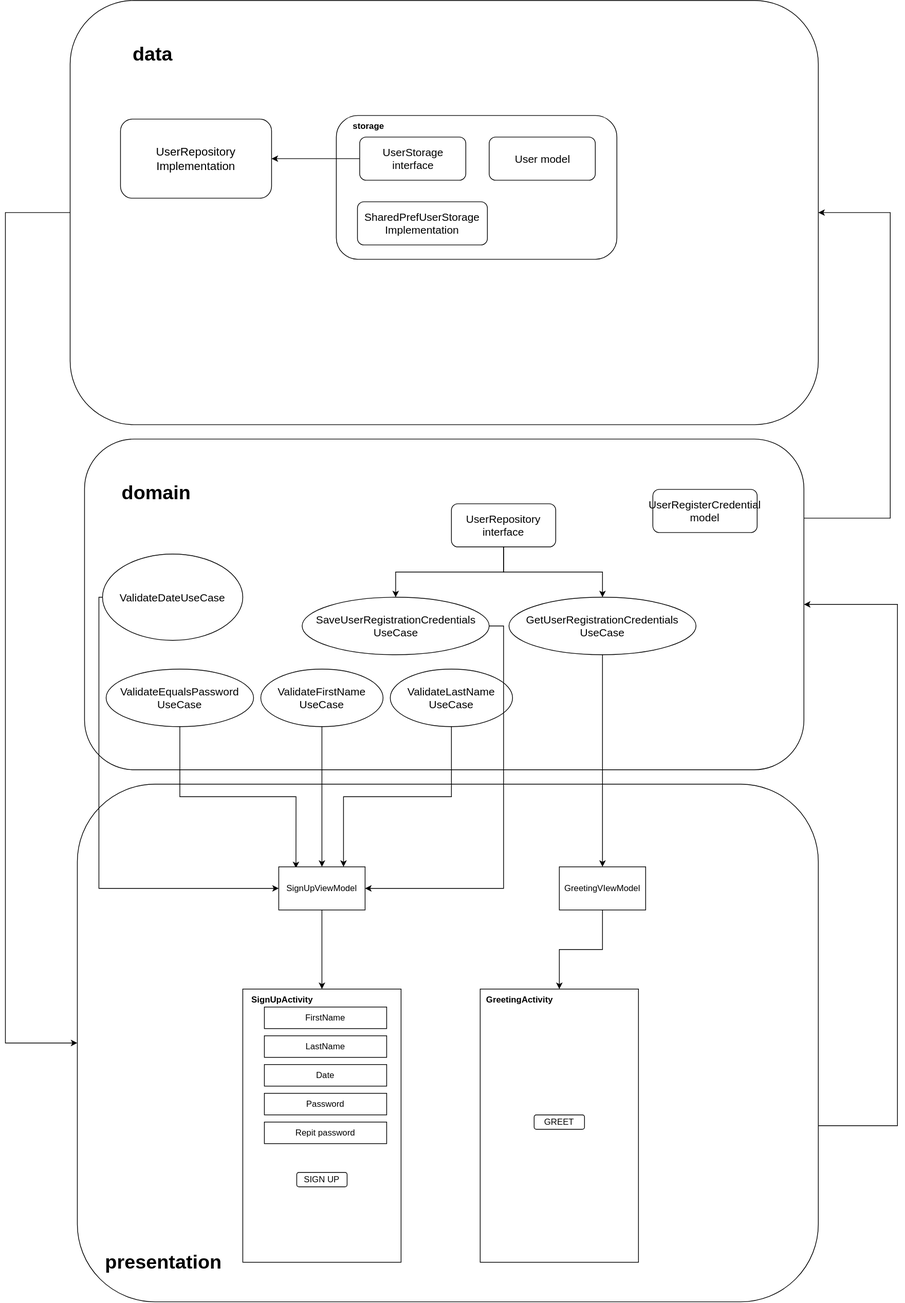
CandyRubik/SHIFT keeps this draw.io diagram as architecture.svg. Above is the earlier version. Source tidied: cells renumbered, new cells last; positions are measured from the earlier drawing's top-left corner, leaving out a move shared by most shapes. The source it was exported from:
```xml
<mxGraphModel>
  <root>
    <mxCell id="0" />
    <mxCell id="1" parent="0" />
    <mxCell id="2" style="edgeStyle=orthogonalEdgeStyle;rounded=0;jettySize=auto;html=1;entryX=1;entryY=0.5;entryDx=0;entryDy=0;exitX=1;exitY=0.5;exitDx=0;exitDy=0;" parent="1" edge="1" source="3" target="6">
      <mxGeometry relative="1" as="geometry">
        <Array as="points">
          <mxPoint x="1240" y="1565" />
          <mxPoint x="1240" y="840" />
        </Array>
      </mxGeometry>
    </mxCell>
    <mxCell id="3" style="rounded=1;whiteSpace=wrap;html=1;" parent="1" vertex="1">
      <mxGeometry x="100" y="1090" width="1030" height="720" as="geometry" />
    </mxCell>
    <mxCell id="4" value="&lt;b&gt;&lt;font style=&quot;font-size: 27px&quot;&gt;presentation&lt;/font&gt;&lt;/b&gt;" style="text;html=1;strokeColor=none;fillColor=none;align=center;verticalAlign=middle;whiteSpace=wrap;rounded=0;" parent="1" vertex="1">
      <mxGeometry x="180" y="1740" width="80" height="30" as="geometry" />
    </mxCell>
    <mxCell id="5" style="edgeStyle=orthogonalEdgeStyle;rounded=0;jettySize=auto;html=1;exitX=1;exitY=0.25;exitDx=0;exitDy=0;entryX=1;entryY=0.5;entryDx=0;entryDy=0;" parent="1" edge="1" source="6" target="9">
      <mxGeometry relative="1" as="geometry">
        <Array as="points">
          <mxPoint x="1110" y="720" />
          <mxPoint x="1230" y="720" />
          <mxPoint x="1230" y="295" />
        </Array>
      </mxGeometry>
    </mxCell>
    <mxCell id="6" style="rounded=1;whiteSpace=wrap;html=1;" parent="1" vertex="1">
      <mxGeometry x="110" y="610" width="1000" height="460" as="geometry" />
    </mxCell>
    <mxCell id="7" value="&lt;b&gt;&lt;font&gt;&lt;font style=&quot;font-size: 27px&quot;&gt;domain&lt;/font&gt;&lt;br&gt;&lt;/font&gt;&lt;/b&gt;" style="text;html=1;strokeColor=none;fillColor=none;align=center;verticalAlign=middle;whiteSpace=wrap;rounded=0;" parent="1" vertex="1">
      <mxGeometry x="170" y="670" width="80" height="30" as="geometry" />
    </mxCell>
    <mxCell id="8" style="edgeStyle=orthogonalEdgeStyle;rounded=0;jettySize=auto;html=1;exitX=0;exitY=0.5;exitDx=0;exitDy=0;entryX=0;entryY=0.5;entryDx=0;entryDy=0;" parent="1" edge="1" source="9" target="3">
      <mxGeometry relative="1" as="geometry">
        <Array as="points">
          <mxPoint y="295" />
          <mxPoint y="1450" />
        </Array>
      </mxGeometry>
    </mxCell>
    <mxCell id="9" style="rounded=1;whiteSpace=wrap;html=1;" parent="1" vertex="1">
      <mxGeometry x="90" width="1040" height="590" as="geometry" />
    </mxCell>
    <mxCell id="10" value="&lt;b&gt;&lt;font&gt;&lt;font style=&quot;font-size: 27px&quot;&gt;data&lt;/font&gt;&lt;br&gt;&lt;/font&gt;&lt;/b&gt;" style="text;html=1;strokeColor=none;fillColor=none;align=center;verticalAlign=middle;whiteSpace=wrap;rounded=0;" parent="1" vertex="1">
      <mxGeometry x="120" y="40" width="170" height="70" as="geometry" />
    </mxCell>
    <mxCell id="11" style="rounded=0;whiteSpace=wrap;html=1;" parent="1" vertex="1">
      <mxGeometry x="330" y="1375" width="220" height="380" as="geometry" />
    </mxCell>
    <mxCell id="12" style="rounded=0;whiteSpace=wrap;html=1;" parent="1" vertex="1">
      <mxGeometry x="660" y="1375" width="220" height="380" as="geometry" />
    </mxCell>
    <mxCell id="13" value="FirstName" style="rounded=0;whiteSpace=wrap;html=1;" parent="1" vertex="1">
      <mxGeometry x="360" y="1400" width="170" height="30" as="geometry" />
    </mxCell>
    <mxCell id="14" value="LastName" style="rounded=0;whiteSpace=wrap;html=1;" parent="1" vertex="1">
      <mxGeometry x="360" y="1440" width="170" height="30" as="geometry" />
    </mxCell>
    <mxCell id="15" value="Date" style="rounded=0;whiteSpace=wrap;html=1;" parent="1" vertex="1">
      <mxGeometry x="360" y="1480" width="170" height="30" as="geometry" />
    </mxCell>
    <mxCell id="16" value="Password" style="rounded=0;whiteSpace=wrap;html=1;" parent="1" vertex="1">
      <mxGeometry x="360" y="1520" width="170" height="30" as="geometry" />
    </mxCell>
    <mxCell id="17" value="Repit password" style="rounded=0;whiteSpace=wrap;html=1;" parent="1" vertex="1">
      <mxGeometry x="360" y="1560" width="170" height="30" as="geometry" />
    </mxCell>
    <mxCell id="18" value="&lt;b&gt;SignUpActivity&lt;/b&gt;" style="text;html=1;strokeColor=none;fillColor=none;align=center;verticalAlign=middle;whiteSpace=wrap;rounded=0;" parent="1" vertex="1">
      <mxGeometry x="360" y="1375" width="50" height="30" as="geometry" />
    </mxCell>
    <mxCell id="19" value="&lt;b&gt;GreetingActivity&lt;/b&gt;" style="text;html=1;strokeColor=none;fillColor=none;align=center;verticalAlign=middle;whiteSpace=wrap;rounded=0;" parent="1" vertex="1">
      <mxGeometry x="690" y="1375" width="50" height="30" as="geometry" />
    </mxCell>
    <mxCell id="20" value="SIGN UP" style="rounded=1;whiteSpace=wrap;html=1;" parent="1" vertex="1">
      <mxGeometry x="405" y="1630" width="70" height="20" as="geometry" />
    </mxCell>
    <mxCell id="21" value="GREET" style="rounded=1;whiteSpace=wrap;html=1;" parent="1" vertex="1">
      <mxGeometry x="735" y="1550" width="70" height="20" as="geometry" />
    </mxCell>
    <mxCell id="22" style="edgeStyle=orthogonalEdgeStyle;rounded=0;jettySize=auto;html=1;entryX=0.5;entryY=0;entryDx=0;entryDy=0;" parent="1" edge="1" source="23" target="46">
      <mxGeometry relative="1" as="geometry" />
    </mxCell>
    <mxCell id="23" value="&lt;font style=&quot;font-size: 15px&quot;&gt;ValidateFirstName&lt;br&gt;UseCase&lt;/font&gt;" style="ellipse;whiteSpace=wrap;html=1;" parent="1" vertex="1">
      <mxGeometry x="355" y="930" width="170" height="80" as="geometry" />
    </mxCell>
    <mxCell id="24" style="edgeStyle=orthogonalEdgeStyle;rounded=0;jettySize=auto;html=1;exitX=0.5;exitY=1;exitDx=0;exitDy=0;entryX=0.75;entryY=0;entryDx=0;entryDy=0;" parent="1" edge="1" source="25" target="46">
      <mxGeometry relative="1" as="geometry" />
    </mxCell>
    <mxCell id="25" value="&lt;font style=&quot;font-size: 15px&quot;&gt;ValidateLastName&lt;br&gt;UseCase&lt;/font&gt;" style="ellipse;whiteSpace=wrap;html=1;" parent="1" vertex="1">
      <mxGeometry x="535" y="930" width="170" height="80" as="geometry" />
    </mxCell>
    <mxCell id="26" style="edgeStyle=orthogonalEdgeStyle;rounded=0;jettySize=auto;html=1;entryX=0;entryY=0.5;entryDx=0;entryDy=0;" parent="1" edge="1" source="27" target="46">
      <mxGeometry relative="1" as="geometry">
        <Array as="points">
          <mxPoint x="130" y="830" />
          <mxPoint x="130" y="1235" />
        </Array>
      </mxGeometry>
    </mxCell>
    <mxCell id="27" value="&lt;font style=&quot;font-size: 15px&quot;&gt;ValidateDateUseCase&lt;/font&gt;" style="ellipse;whiteSpace=wrap;html=1;" parent="1" vertex="1">
      <mxGeometry x="135" y="770" width="195" height="120" as="geometry" />
    </mxCell>
    <mxCell id="28" style="edgeStyle=orthogonalEdgeStyle;rounded=0;jettySize=auto;html=1;exitX=0.5;exitY=1;exitDx=0;exitDy=0;entryX=0.199;entryY=0.031;entryDx=0;entryDy=0;entryPerimeter=0;" parent="1" edge="1" source="29" target="46">
      <mxGeometry relative="1" as="geometry" />
    </mxCell>
    <mxCell id="29" value="&lt;span style=&quot;font-size: 15px&quot;&gt;ValidateEqualsPassword&lt;br&gt;UseCase&lt;/span&gt;" style="ellipse;whiteSpace=wrap;html=1;" parent="1" vertex="1">
      <mxGeometry x="140" y="930" width="205" height="80" as="geometry" />
    </mxCell>
    <mxCell id="30" value="&lt;font style=&quot;font-size: 16px&quot;&gt;UserRepository&lt;br&gt;Implementation&lt;/font&gt;" style="rounded=1;whiteSpace=wrap;html=1;" parent="1" vertex="1">
      <mxGeometry x="160" y="165" width="210" height="110" as="geometry" />
    </mxCell>
    <mxCell id="31" value="&lt;font style=&quot;font-size: 15px&quot;&gt;UserRegisterCredential&lt;br&gt;model&lt;/font&gt;" style="rounded=1;whiteSpace=wrap;html=1;" parent="1" vertex="1">
      <mxGeometry x="900" y="680" width="145" height="60" as="geometry" />
    </mxCell>
    <mxCell id="32" style="edgeStyle=orthogonalEdgeStyle;rounded=0;jettySize=auto;html=1;" parent="1" edge="1" source="34" target="36">
      <mxGeometry relative="1" as="geometry" />
    </mxCell>
    <mxCell id="33" style="edgeStyle=orthogonalEdgeStyle;rounded=0;jettySize=auto;html=1;exitX=0.5;exitY=1;exitDx=0;exitDy=0;entryX=0.5;entryY=0;entryDx=0;entryDy=0;" parent="1" edge="1" source="34" target="38">
      <mxGeometry relative="1" as="geometry" />
    </mxCell>
    <mxCell id="34" value="&lt;font style=&quot;font-size: 15px&quot;&gt;UserRepository&lt;br&gt;interface&lt;/font&gt;" style="rounded=1;whiteSpace=wrap;html=1;" parent="1" vertex="1">
      <mxGeometry x="620" y="700" width="145" height="60" as="geometry" />
    </mxCell>
    <mxCell id="35" style="edgeStyle=orthogonalEdgeStyle;rounded=0;jettySize=auto;html=1;exitX=1;exitY=0.5;exitDx=0;exitDy=0;entryX=1;entryY=0.5;entryDx=0;entryDy=0;" parent="1" edge="1" source="36" target="46">
      <mxGeometry relative="1" as="geometry" />
    </mxCell>
    <mxCell id="36" value="&lt;font style=&quot;font-size: 15px&quot;&gt;SaveUserRegistrationCredentials&lt;br&gt;UseCase&lt;/font&gt;" style="ellipse;whiteSpace=wrap;html=1;" parent="1" vertex="1">
      <mxGeometry x="412.5" y="830" width="260" height="80" as="geometry" />
    </mxCell>
    <mxCell id="37" style="edgeStyle=orthogonalEdgeStyle;rounded=0;jettySize=auto;html=1;exitX=0.5;exitY=1;exitDx=0;exitDy=0;entryX=0.5;entryY=0;entryDx=0;entryDy=0;" parent="1" edge="1" source="38" target="48">
      <mxGeometry relative="1" as="geometry" />
    </mxCell>
    <mxCell id="38" value="&lt;font style=&quot;font-size: 15px&quot;&gt;GetUserRegistrationCredentials&lt;br&gt;UseCase&lt;/font&gt;" style="ellipse;whiteSpace=wrap;html=1;" parent="1" vertex="1">
      <mxGeometry x="700" y="830" width="260" height="80" as="geometry" />
    </mxCell>
    <mxCell id="39" style="rounded=1;whiteSpace=wrap;html=1;glass=0;" parent="1" vertex="1">
      <mxGeometry x="460" y="160" width="390" height="200" as="geometry" />
    </mxCell>
    <mxCell id="40" style="edgeStyle=orthogonalEdgeStyle;rounded=0;jettySize=auto;html=1;" parent="1" edge="1" source="41" target="30">
      <mxGeometry relative="1" as="geometry" />
    </mxCell>
    <mxCell id="41" value="&lt;font style=&quot;font-size: 15px&quot;&gt;UserStorage&lt;br&gt;interface&lt;/font&gt;" style="rounded=1;whiteSpace=wrap;html=1;" parent="1" vertex="1">
      <mxGeometry x="492.5" y="190" width="147.5" height="60" as="geometry" />
    </mxCell>
    <mxCell id="42" value="&lt;font style=&quot;font-size: 15px&quot;&gt;SharedPrefUserStorage&lt;br&gt;Implementation&lt;/font&gt;" style="rounded=1;whiteSpace=wrap;html=1;" parent="1" vertex="1">
      <mxGeometry x="489.4" y="280" width="180.6" height="60" as="geometry" />
    </mxCell>
    <mxCell id="43" value="&lt;b&gt;storage&lt;/b&gt;" style="text;html=1;strokeColor=none;fillColor=none;align=center;verticalAlign=middle;whiteSpace=wrap;rounded=0;glass=0;" parent="1" vertex="1">
      <mxGeometry x="475" y="160" width="60" height="30" as="geometry" />
    </mxCell>
    <mxCell id="44" value="&lt;font style=&quot;font-size: 15px&quot;&gt;User&amp;nbsp;model&lt;/font&gt;" style="rounded=1;whiteSpace=wrap;html=1;" parent="1" vertex="1">
      <mxGeometry x="672.5" y="190" width="147.5" height="60" as="geometry" />
    </mxCell>
    <mxCell id="45" style="edgeStyle=orthogonalEdgeStyle;rounded=0;jettySize=auto;html=1;entryX=0.5;entryY=0;entryDx=0;entryDy=0;" parent="1" edge="1" source="46" target="11">
      <mxGeometry relative="1" as="geometry" />
    </mxCell>
    <mxCell id="46" value="SignUpViewModel" style="rounded=0;whiteSpace=wrap;html=1;" parent="1" vertex="1">
      <mxGeometry x="380" y="1205" width="120" height="60" as="geometry" />
    </mxCell>
    <mxCell id="47" style="edgeStyle=orthogonalEdgeStyle;rounded=0;jettySize=auto;html=1;exitX=0.5;exitY=1;exitDx=0;exitDy=0;entryX=0.5;entryY=0;entryDx=0;entryDy=0;" parent="1" edge="1" source="48" target="12">
      <mxGeometry relative="1" as="geometry" />
    </mxCell>
    <mxCell id="48" value="GreetingVIewModel" style="rounded=0;whiteSpace=wrap;html=1;" parent="1" vertex="1">
      <mxGeometry x="770" y="1205" width="120" height="60" as="geometry" />
    </mxCell>
  </root>
</mxGraphModel>
```
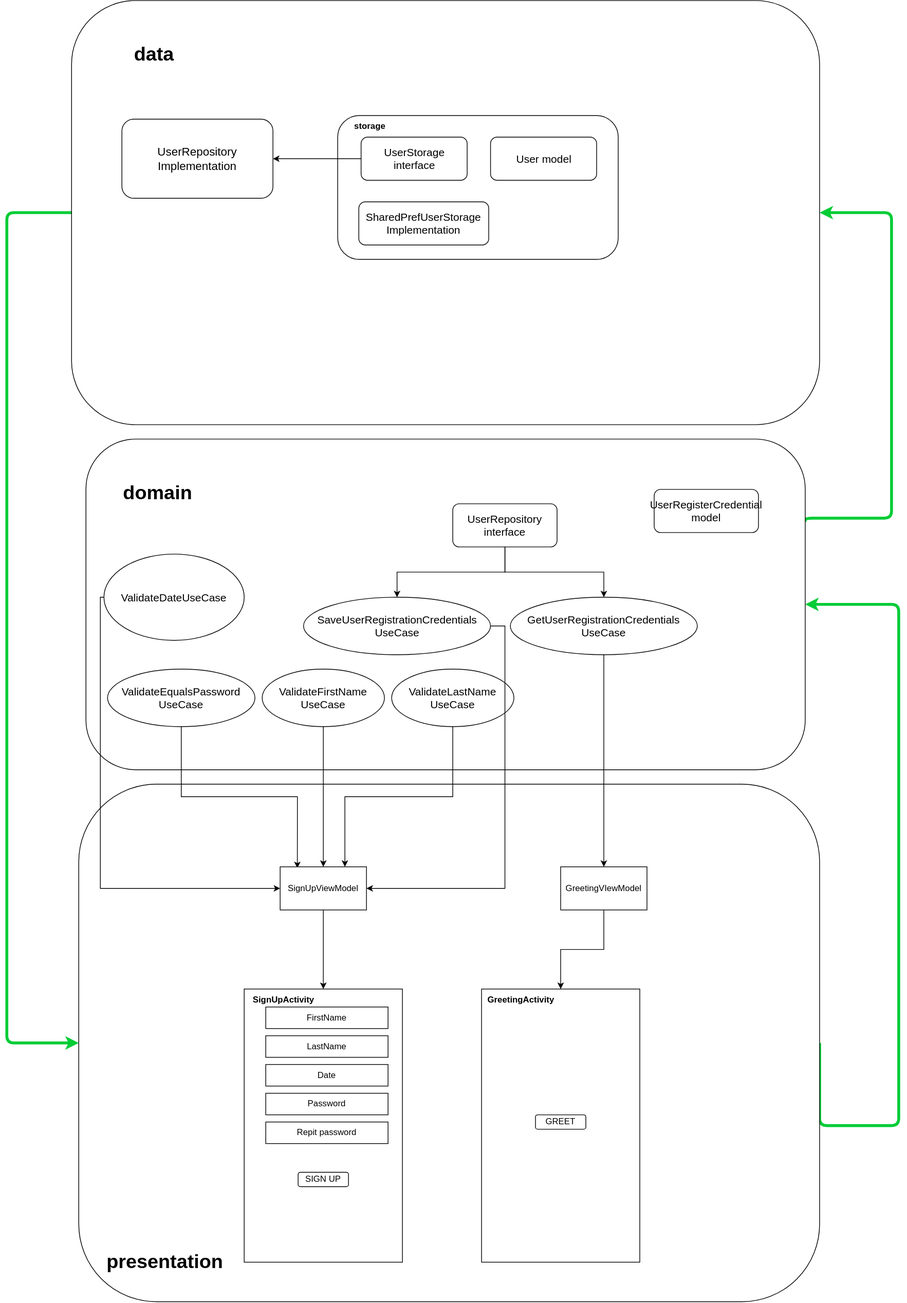
Above is the later version.

Diff of the diagram source:
```diff
@@ -2,7 +2,7 @@
   <root>
     <mxCell id="0" />
     <mxCell id="1" parent="0" />
-    <mxCell id="2" style="edgeStyle=orthogonalEdgeStyle;rounded=0;jettySize=auto;html=1;entryX=1;entryY=0.5;entryDx=0;entryDy=0;exitX=1;exitY=0.5;exitDx=0;exitDy=0;" parent="1" edge="1" source="3" target="6">
+    <mxCell id="2" style="edgeStyle=orthogonalEdgeStyle;rounded=1;jettySize=auto;html=1;entryX=1;entryY=0.5;entryDx=0;entryDy=0;exitX=1;exitY=0.5;exitDx=0;exitDy=0;strokeColor=#00CC36;strokeWidth=4;" parent="1" edge="1" source="3" target="6">
       <mxGeometry relative="1" as="geometry">
         <Array as="points">
           <mxPoint x="1240" y="1565" />
@@ -16,7 +16,7 @@
     <mxCell id="4" value="&lt;b&gt;&lt;font style=&quot;font-size: 27px&quot;&gt;presentation&lt;/font&gt;&lt;/b&gt;" style="text;html=1;strokeColor=none;fillColor=none;align=center;verticalAlign=middle;whiteSpace=wrap;rounded=0;" parent="1" vertex="1">
       <mxGeometry x="180" y="1740" width="80" height="30" as="geometry" />
     </mxCell>
-    <mxCell id="5" style="edgeStyle=orthogonalEdgeStyle;rounded=0;jettySize=auto;html=1;exitX=1;exitY=0.25;exitDx=0;exitDy=0;entryX=1;entryY=0.5;entryDx=0;entryDy=0;" parent="1" edge="1" source="6" target="9">
+    <mxCell id="5" style="edgeStyle=orthogonalEdgeStyle;rounded=1;jettySize=auto;html=1;exitX=1;exitY=0.25;exitDx=0;exitDy=0;entryX=1;entryY=0.5;entryDx=0;entryDy=0;fillColor=#e1d5e7;strokeColor=#00CC36;strokeWidth=4;" parent="1" edge="1" source="6" target="9">
       <mxGeometry relative="1" as="geometry">
         <Array as="points">
           <mxPoint x="1110" y="720" />
@@ -31,7 +31,7 @@
     <mxCell id="7" value="&lt;b&gt;&lt;font&gt;&lt;font style=&quot;font-size: 27px&quot;&gt;domain&lt;/font&gt;&lt;br&gt;&lt;/font&gt;&lt;/b&gt;" style="text;html=1;strokeColor=none;fillColor=none;align=center;verticalAlign=middle;whiteSpace=wrap;rounded=0;" parent="1" vertex="1">
       <mxGeometry x="170" y="670" width="80" height="30" as="geometry" />
     </mxCell>
-    <mxCell id="8" style="edgeStyle=orthogonalEdgeStyle;rounded=0;jettySize=auto;html=1;exitX=0;exitY=0.5;exitDx=0;exitDy=0;entryX=0;entryY=0.5;entryDx=0;entryDy=0;" parent="1" edge="1" source="9" target="3">
+    <mxCell id="8" style="edgeStyle=orthogonalEdgeStyle;rounded=1;jettySize=auto;html=1;exitX=0;exitY=0.5;exitDx=0;exitDy=0;entryX=0;entryY=0.5;entryDx=0;entryDy=0;strokeColor=#00CC36;strokeWidth=4;" parent="1" edge="1" source="9" target="3">
       <mxGeometry relative="1" as="geometry">
         <Array as="points">
           <mxPoint y="295" />
```
